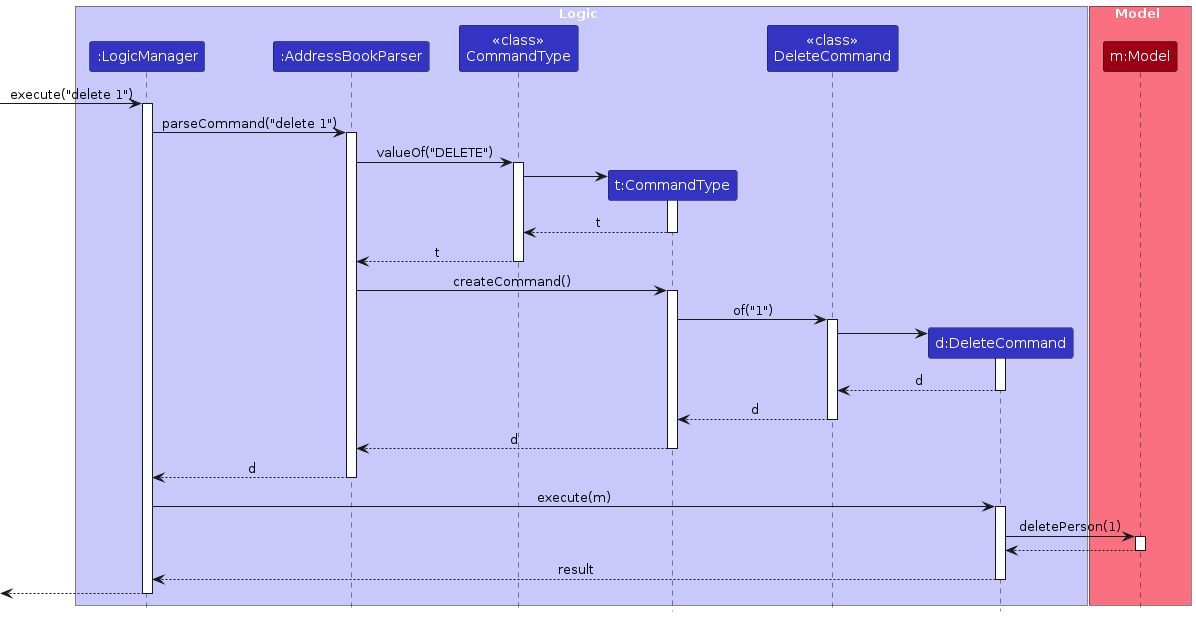
The PlantUML diagram diagrams/DeleteSequenceDiagram.png in AY2324S2-CS2103T-W12-3/tp, before a commit. Its source is kept beside it as diagrams/DeleteSequenceDiagram.puml.
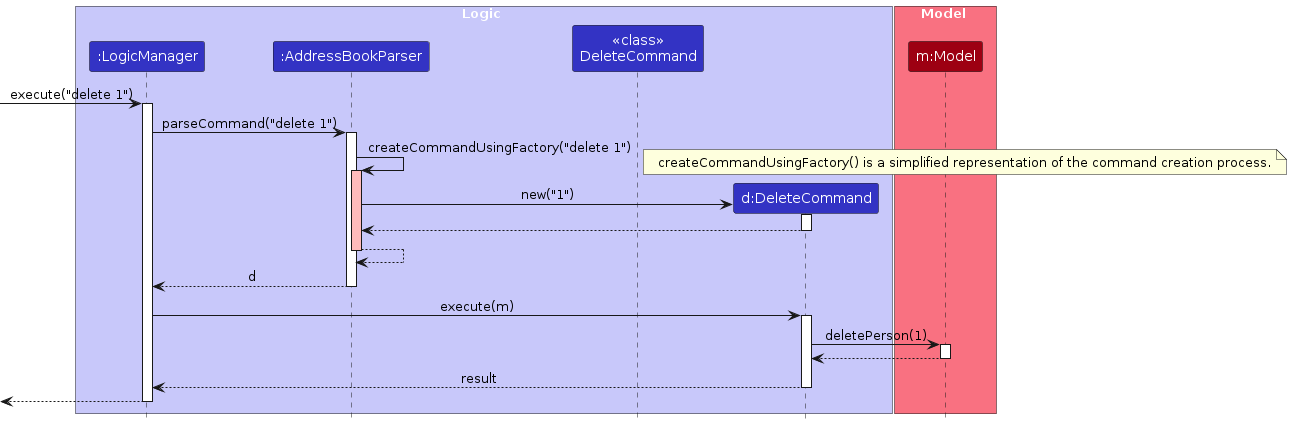
After the change.

Diff of the diagram source:
```diff
@@ -5,8 +5,6 @@
 box Logic LOGIC_COLOR_T1
 participant ":LogicManager" as LogicManager LOGIC_COLOR
 participant ":AddressBookParser" as AddressBookParser LOGIC_COLOR
-participant "<<class>>\nCommandType" as CommandTypeClass LOGIC_COLOR
-participant "t:CommandType" as CommandType LOGIC_COLOR
 participant "<<class>>\nDeleteCommand" as DeleteCommandClass LOGIC_COLOR
 participant "d:DeleteCommand" as DeleteCommand LOGIC_COLOR
 end box
@@ -21,41 +19,22 @@
 LogicManager -> AddressBookParser : parseCommand("delete 1")
 activate AddressBookParser
 
-AddressBookParser -> CommandTypeClass : valueOf("DELETE")
-activate CommandTypeClass
-
-create CommandType
-CommandTypeClass -> CommandType
-activate CommandType
-
-CommandType --> CommandTypeClass : t
-deactivate CommandType
-
-CommandTypeClass --> AddressBookParser : t
-deactivate CommandTypeClass
-
-AddressBookParser -> CommandType : createCommand()
-activate CommandType
-
-CommandType -> DeleteCommandClass : of("1")
-activate DeleteCommandClass
+AddressBookParser -> AddressBookParser : createCommandUsingFactory("delete 1")
+activate AddressBookParser #FFBBBB
+note right: createCommandUsingFactory() is a simplified representation of the command creation process.
 
 create DeleteCommand
-DeleteCommandClass -> DeleteCommand
+AddressBookParser -> DeleteCommand : new("1")
 activate DeleteCommand
 
-DeleteCommand --> DeleteCommandClass : d
+DeleteCommand --> AddressBookParser
 deactivate DeleteCommand
 
-DeleteCommandClass --> CommandType : d
-deactivate DeleteCommandClass
-
-CommandType --> AddressBookParser : d
-deactivate CommandType
+AddressBookParser --> AddressBookParser
+deactivate AddressBookParser #FFBBBB
 
 AddressBookParser --> LogicManager : d
 deactivate AddressBookParser
-
 
 LogicManager -> DeleteCommand : execute(m)
 activate DeleteCommand
```
